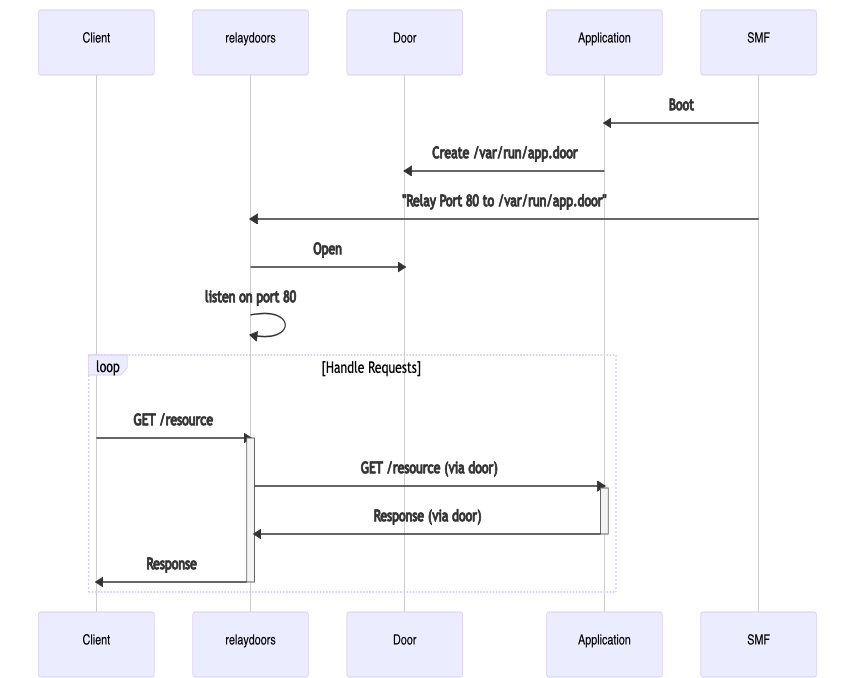
This is diagrams/startup-and-request-handling.png from robertdfrench/portunusd, a Mermaid export, as it was before one commit. Its source is kept beside it as diagrams/startup-and-request-handling.mmd. Its diagram source:
```mermaid
sequenceDiagram
    participant Client
    participant relaydoors
    participant Door
    participant Application
    participant SMF
    SMF->>Application: Boot
    Application->>Door: Create /var/run/app.door
    SMF->>relaydoors: "Relay Port 80 to /var/run/app.door"
    relaydoors->>Door: Open
    relaydoors->>relaydoors: listen on port 80
    loop Handle Requests
        Client->>+relaydoors: GET /resource
        relaydoors->>+Application: GET /resource (via door)
        Application->>-relaydoors: Response (via door)
        relaydoors->>-Client: Response
    end
```
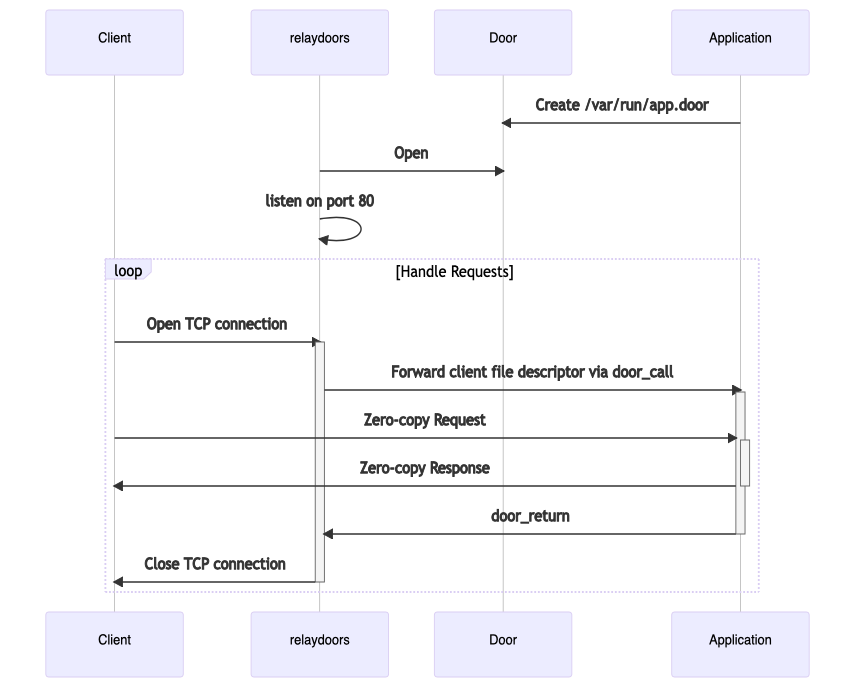
The same file after the commit.

Commit message:
Clarify that the file descriptor is forwarded.

Diff of the diagram source:
```diff
@@ -3,15 +3,14 @@
     participant relaydoors
     participant Door
     participant Application
-    participant SMF
-    SMF->>Application: Boot
     Application->>Door: Create /var/run/app.door
-    SMF->>relaydoors: "Relay Port 80 to /var/run/app.door"
     relaydoors->>Door: Open
     relaydoors->>relaydoors: listen on port 80
     loop Handle Requests
-        Client->>+relaydoors: GET /resource
-        relaydoors->>+Application: GET /resource (via door)
-        Application->>-relaydoors: Response (via door)
-        relaydoors->>-Client: Response
+        Client->>+relaydoors: Open TCP connection
+        relaydoors->>+Application: Forward client file descriptor via door_call
+        Client->>+Application: Zero-copy Request
+        Application->>-Client: Zero-copy Response
+        Application->>-relaydoors: door_return
+        relaydoors->>-Client: Close TCP connection
     end
```
